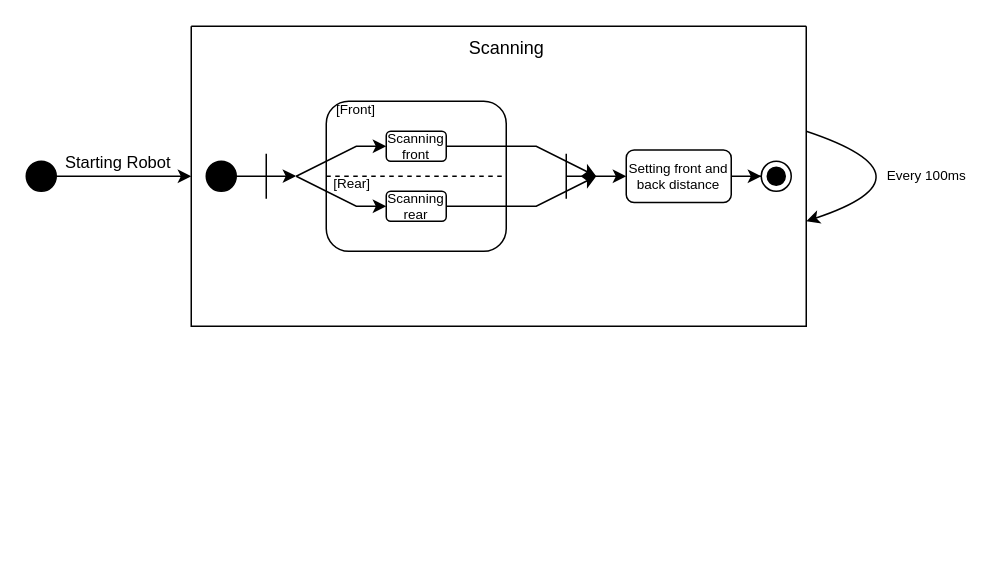
Before: NS-Statechart.drawio in 3dAttempt/Controller, a draw.io diagram. Source tidied: cells renumbered, new cells numbered last; positions are measured from the earlier drawing's top-left corner, leaving out a move shared by most shapes. Both pictures are drawn from the tidied source at 150%, with x=0, y=0 at pixel (26, 26).
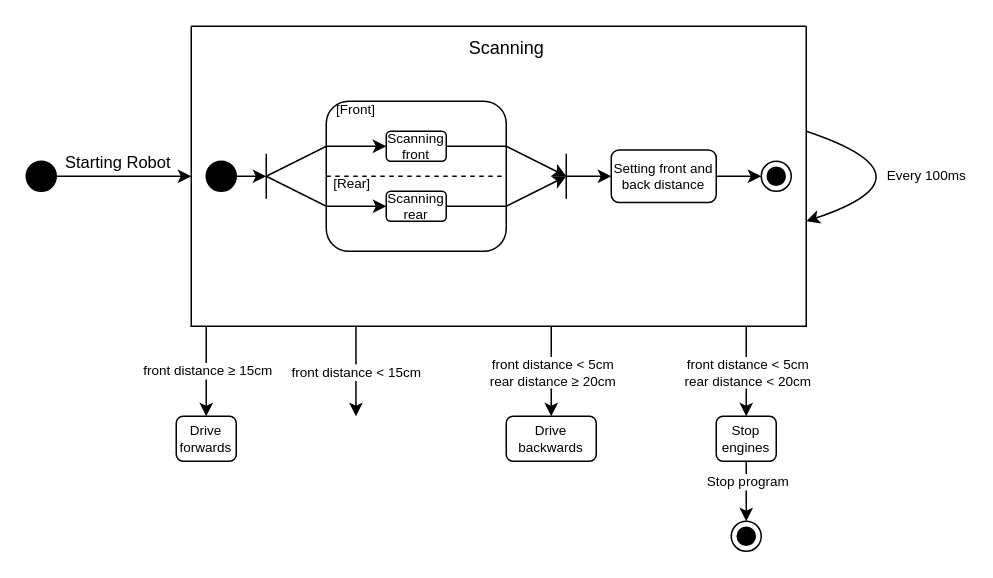
After the change.

The change refers to these unchanged cells:
```xml
<mxCell id="5" style="swimlane;startSize=0;rounded=1;swimlaneLine=1;arcSize=26;" parent="1" vertex="1">
  <mxGeometry x="110" width="410" height="200" as="geometry" />
</mxCell>
<mxCell id="11" style="shape=ellipse;html=1;fillColor=strokeColor;fontSize=18;fontColor=#ffffff;rounded=1;" parent="5" vertex="1">
  <mxGeometry x="10" y="90" width="20" height="20" as="geometry" />
</mxCell>
<mxCell id="13" value="Scanning front" style="rounded=1;whiteSpace=wrap;html=1;fontSize=9;" parent="5" vertex="1">
  <mxGeometry x="130" y="70" width="40" height="20" as="geometry" />
</mxCell>
<mxCell id="14" value="Scanning rear" style="rounded=1;whiteSpace=wrap;html=1;fontSize=9;" parent="5" vertex="1">
  <mxGeometry x="130" y="110" width="40" height="20" as="geometry" />
</mxCell>
```

Diff of the diagram source:
```diff
@@
-    <mxCell id="16" style="endArrow=classic;html=1;rounded=0;fontSize=9;" parent="5" edge="1">
+    <mxCell id="16" style="endArrow=classic;html=1;rounded=0;fontSize=9;entryX=0;entryY=0.5;entryDx=0;entryDy=0;" parent="5" edge="1" target="18">
       <mxGeometry relative="1" as="geometry">
         <mxPoint x="250" y="100" as="sourcePoint" />
-        <mxPoint x="290" y="100" as="targetPoint" />
       </mxGeometry>
     </mxCell>
@@
     <mxCell id="18" value="Setting front and back distance" style="rounded=1;whiteSpace=wrap;html=1;fontSize=9;" parent="5" vertex="1">
-      <mxGeometry x="290" y="82.5" width="70" height="35" as="geometry" />
+      <mxGeometry x="280" y="82.5" width="70" height="35" as="geometry" />
     </mxCell>
@@
     <mxCell id="20" style="edgeStyle=orthogonalEdgeStyle;rounded=0;jettySize=auto;html=1;exitX=1;exitY=0.5;exitDx=0;exitDy=0;fontSize=9;" parent="1" edge="1" source="11">
       <mxGeometry relative="1" as="geometry">
-        <mxPoint x="180" y="99.9" as="targetPoint" />
+        <mxPoint x="160" y="100" as="targetPoint" />
       </mxGeometry>
     </mxCell>
     <mxCell id="21" style="endArrow=classic;html=1;rounded=0;fontSize=9;entryX=0;entryY=0.5;entryDx=0;entryDy=0;" parent="1" edge="1" target="13">
       <mxGeometry relative="1" as="geometry">
-        <mxPoint x="180" y="100" as="sourcePoint" />
+        <mxPoint x="160" y="100" as="sourcePoint" />
         <Array as="points">
-          <mxPoint x="220" y="80" />
+          <mxPoint x="200" y="80" />
         </Array>
       </mxGeometry>
     </mxCell>
     <mxCell id="22" style="endArrow=classic;html=1;rounded=0;fontSize=9;entryX=0;entryY=0.5;entryDx=0;entryDy=0;" parent="1" edge="1" target="14">
       <mxGeometry relative="1" as="geometry">
-        <mxPoint x="180" y="100" as="sourcePoint" />
+        <mxPoint x="160" y="100" as="sourcePoint" />
         <Array as="points">
-          <mxPoint x="220" y="120" />
+          <mxPoint x="200" y="120" />
         </Array>
       </mxGeometry>
     </mxCell>
     <mxCell id="23" style="endArrow=classic;html=1;fontSize=9;exitX=1;exitY=0.5;exitDx=0;exitDy=0;rounded=0;" parent="1" edge="1" source="13">
       <mxGeometry relative="1" as="geometry">
-        <mxPoint x="380" y="100" as="targetPoint" />
+        <mxPoint x="360" y="100" as="targetPoint" />
         <Array as="points">
-          <mxPoint x="340" y="80" />
+          <mxPoint x="320" y="80" />
         </Array>
       </mxGeometry>
     </mxCell>
     <mxCell id="24" style="endArrow=classic;html=1;rounded=0;fontSize=9;exitX=1;exitY=0.5;exitDx=0;exitDy=0;" parent="1" edge="1" source="14">
       <mxGeometry relative="1" as="geometry">
-        <mxPoint x="380" y="100" as="targetPoint" />
+        <mxPoint x="360" y="100" as="targetPoint" />
         <Array as="points">
-          <mxPoint x="340" y="120" />
+          <mxPoint x="320" y="120" />
         </Array>
       </mxGeometry>
     </mxCell>
@@
+    <mxCell id="27" style="endArrow=classic;html=1;rounded=0;fontSize=9;" parent="1" edge="1">
+      <mxGeometry relative="1" as="geometry">
+        <mxPoint x="120" y="200" as="sourcePoint" />
+        <mxPoint x="120" y="260" as="targetPoint" />
+      </mxGeometry>
+    </mxCell>
+    <mxCell id="28" value="&lt;div&gt;front distance ≥ 15cm&lt;/div&gt;" style="edgeLabel;html=1;align=center;verticalAlign=middle;fontSize=9;" parent="27" vertex="1">
+      <mxGeometry x="0.18" y="-1" relative="1" as="geometry">
+        <mxPoint x="1" y="-6" as="offset" />
+      </mxGeometry>
+    </mxCell>
+    <mxCell id="29" value="Drive forwards" style="rounded=1;whiteSpace=wrap;html=1;fontSize=9;" parent="1" vertex="1">
+      <mxGeometry x="100" y="260" width="40" height="30" as="geometry" />
+    </mxCell>
+    <mxCell id="30" style="endArrow=classic;html=1;rounded=0;fontSize=9;" parent="1" edge="1">
+      <mxGeometry relative="1" as="geometry">
+        <mxPoint x="219.8" y="200" as="sourcePoint" />
+        <mxPoint x="219.8" y="260" as="targetPoint" />
+      </mxGeometry>
+    </mxCell>
+    <mxCell id="31" value="front distance &amp;lt; 15cm" style="edgeLabel;html=1;align=center;verticalAlign=middle;fontSize=9;" parent="30" vertex="1">
+      <mxGeometry x="-0.11" relative="1" as="geometry">
+        <mxPoint y="3" as="offset" />
+      </mxGeometry>
+    </mxCell>
+    <mxCell id="32" style="endArrow=classic;html=1;rounded=0;fontSize=9;" parent="1" edge="1">
+      <mxGeometry relative="1" as="geometry">
+        <mxPoint x="350" y="200" as="sourcePoint" />
+        <mxPoint x="350" y="260" as="targetPoint" />
+      </mxGeometry>
+    </mxCell>
+    <mxCell id="33" value="&lt;div&gt;front distance &amp;lt; 5cm&lt;/div&gt;&lt;div&gt;rear distance ≥ 20cm&lt;br&gt;&lt;/div&gt;" style="edgeLabel;html=1;align=center;verticalAlign=middle;fontSize=9;" parent="32" vertex="1">
+      <mxGeometry x="0.37" y="2" relative="1" as="geometry">
+        <mxPoint x="-2" y="-11" as="offset" />
+      </mxGeometry>
+    </mxCell>
+    <mxCell id="34" value="Drive backwards" style="rounded=1;whiteSpace=wrap;html=1;fontSize=9;" parent="1" vertex="1">
+      <mxGeometry x="320" y="260" width="60" height="30" as="geometry" />
+    </mxCell>
+    <mxCell id="35" style="endArrow=classic;html=1;rounded=0;fontSize=9;" parent="1" edge="1">
+      <mxGeometry relative="1" as="geometry">
+        <mxPoint x="480" y="200" as="sourcePoint" />
+        <mxPoint x="480" y="260" as="targetPoint" />
+      </mxGeometry>
+    </mxCell>
+    <mxCell id="36" value="&lt;div&gt;front distance &amp;lt; 5cm&lt;/div&gt;&lt;div&gt;rear distance &amp;lt; 20cm&lt;br&gt;&lt;/div&gt;" style="edgeLabel;html=1;align=center;verticalAlign=middle;fontSize=9;" parent="35" vertex="1">
+      <mxGeometry x="0.42" relative="1" as="geometry">
+        <mxPoint y="-13" as="offset" />
+      </mxGeometry>
+    </mxCell>
+    <mxCell id="37" style="edgeStyle=orthogonalEdgeStyle;rounded=0;jettySize=auto;html=1;entryX=0.5;entryY=0;entryDx=0;entryDy=0;fontSize=9;" parent="1" edge="1" source="39" target="40">
+      <mxGeometry relative="1" as="geometry" />
+    </mxCell>
+    <mxCell id="38" value="Stop program" style="edgeLabel;html=1;align=center;verticalAlign=middle;fontSize=9;" parent="37" vertex="1">
+      <mxGeometry x="-0.37" y="1" relative="1" as="geometry">
+        <mxPoint x="-1" as="offset" />
+      </mxGeometry>
+    </mxCell>
+    <mxCell id="39" value="Stop engines" style="rounded=1;whiteSpace=wrap;html=1;fontSize=9;" parent="1" vertex="1">
+      <mxGeometry x="460" y="260" width="40" height="30" as="geometry" />
+    </mxCell>
+    <mxCell id="40" style="ellipse;html=1;shape=endState;fillColor=strokeColor;rounded=1;fontSize=9;" parent="1" vertex="1">
+      <mxGeometry x="470" y="330" width="20" height="20" as="geometry" />
+    </mxCell>
```
